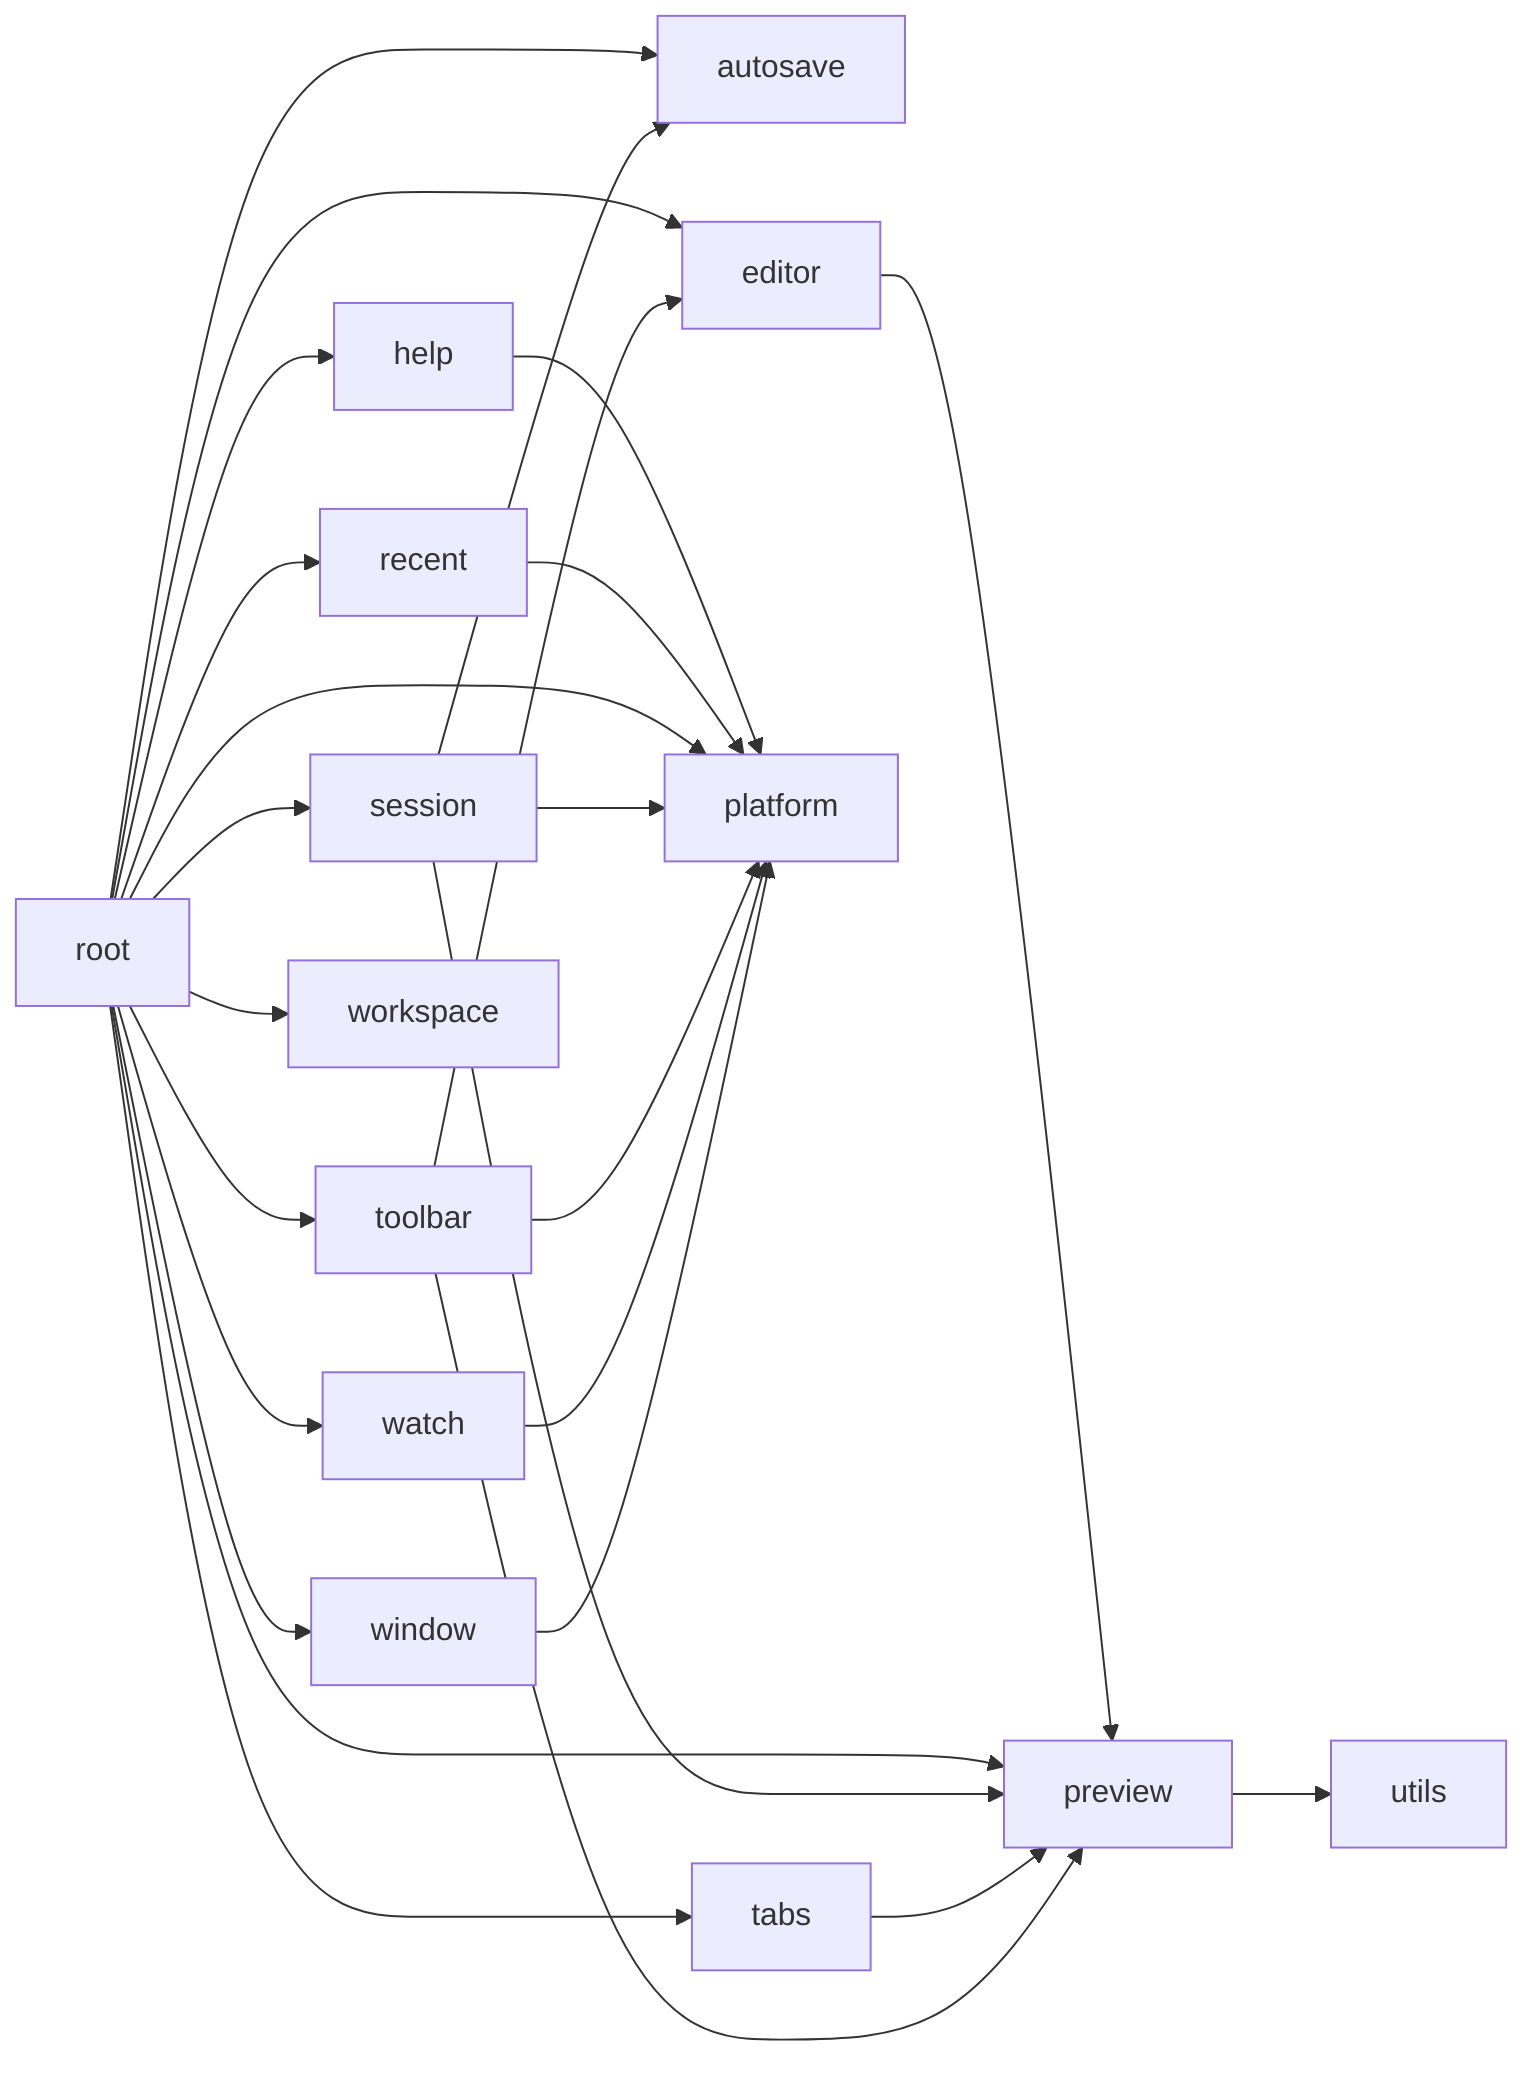
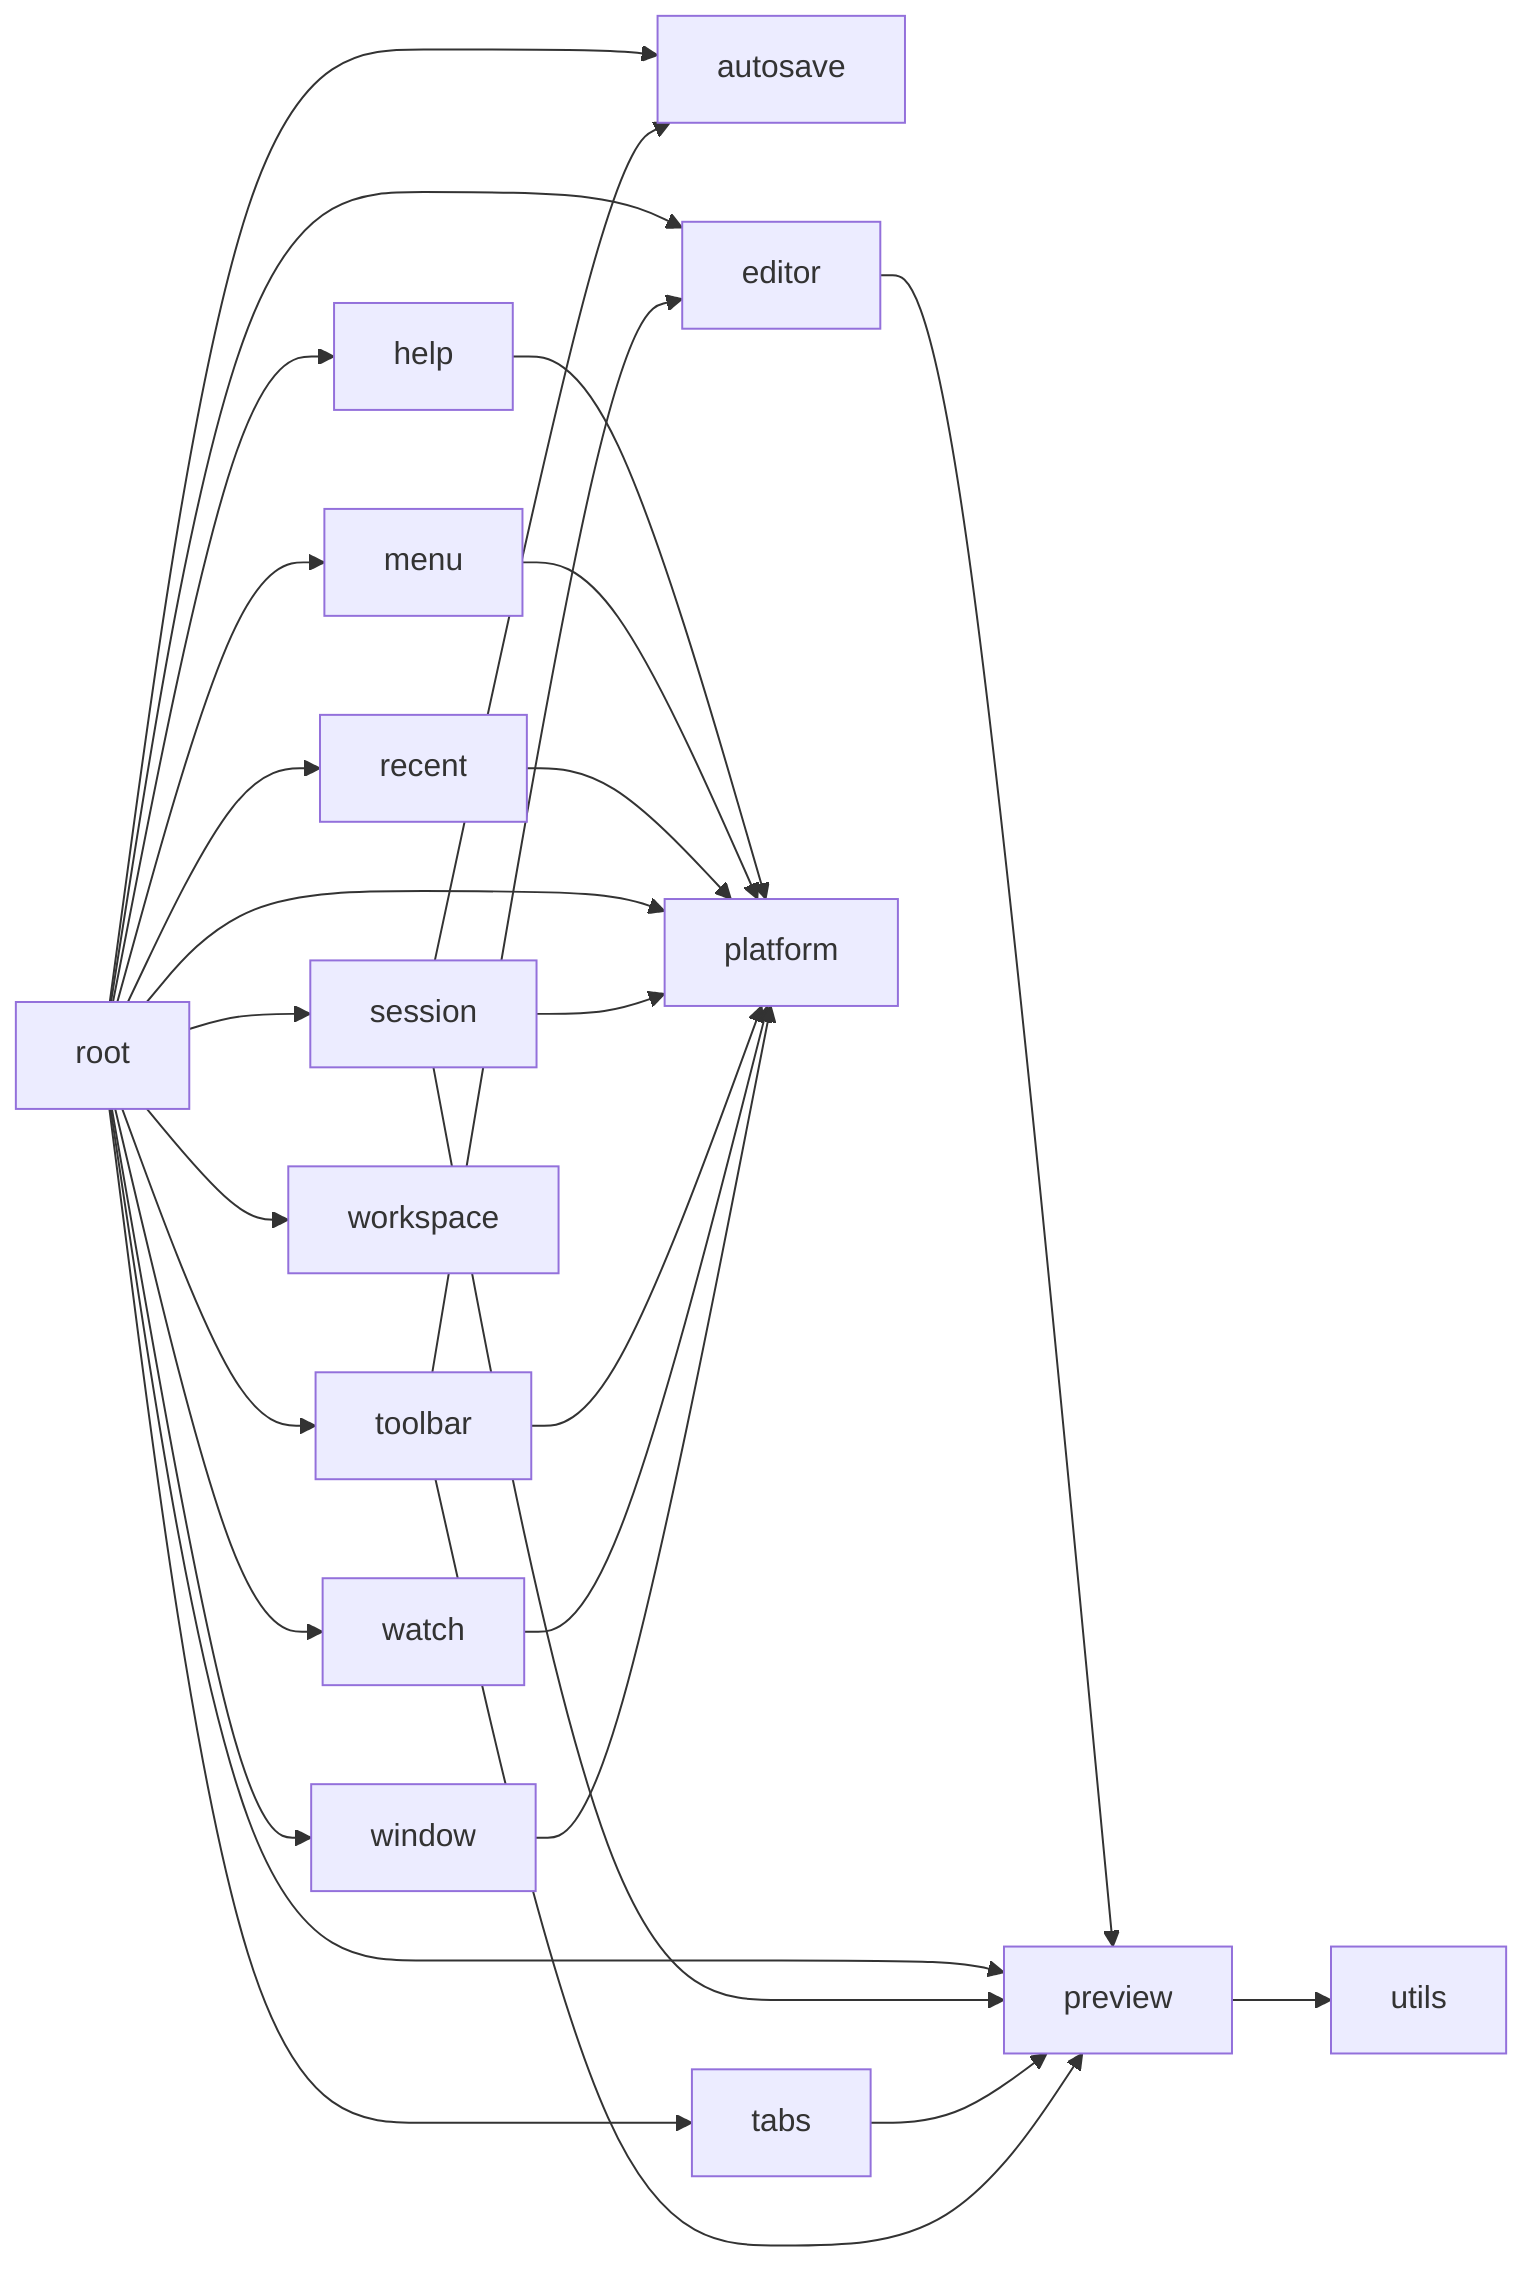
graph LR
  autosave["autosave"]
  editor["editor"]
  help["help"]
+   menu["menu"]
  platform["platform"]
  preview["preview"]
  recent["recent"]
  root["root"]
  session["session"]
  tabs["tabs"]
  toolbar["toolbar"]
  utils["utils"]
  watch["watch"]
  window["window"]
  workspace["workspace"]
  editor --> preview
  help --> platform
+   menu --> platform
  preview --> utils
  recent --> platform
  root --> autosave
  root --> editor
  root --> help
+   root --> menu
  root --> platform
  root --> preview
  root --> recent
  root --> session
  root --> tabs
  root --> toolbar
  root --> watch
  root --> window
  root --> workspace
  session --> autosave
  session --> platform
  session --> preview
  tabs --> preview
  toolbar --> editor
  toolbar --> platform
  toolbar --> preview
  watch --> platform
  window --> platform
